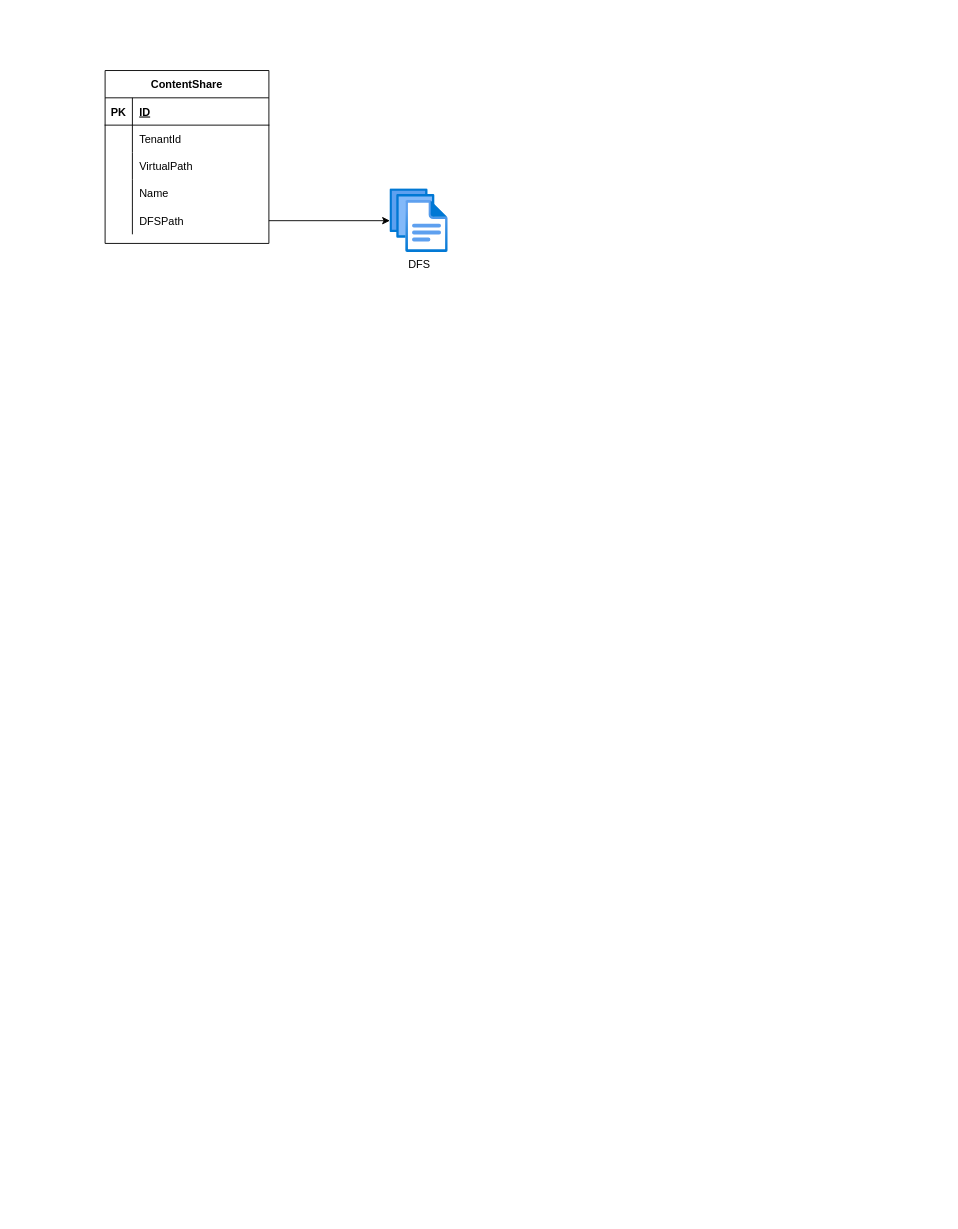
This is 微官网皮肤加载流程.drawio from Lucas20029/A-Beisen-MicroSite-Diagrams, a draw.io file, before an edit. Source tidied: cells renumbered, new cells numbered last; positions are measured from the earlier drawing's top-left corner, leaving out a move shared by most shapes. Both pictures are drawn from the tidied source at 91%, with x=0, y=0 at pixel (105, 70).
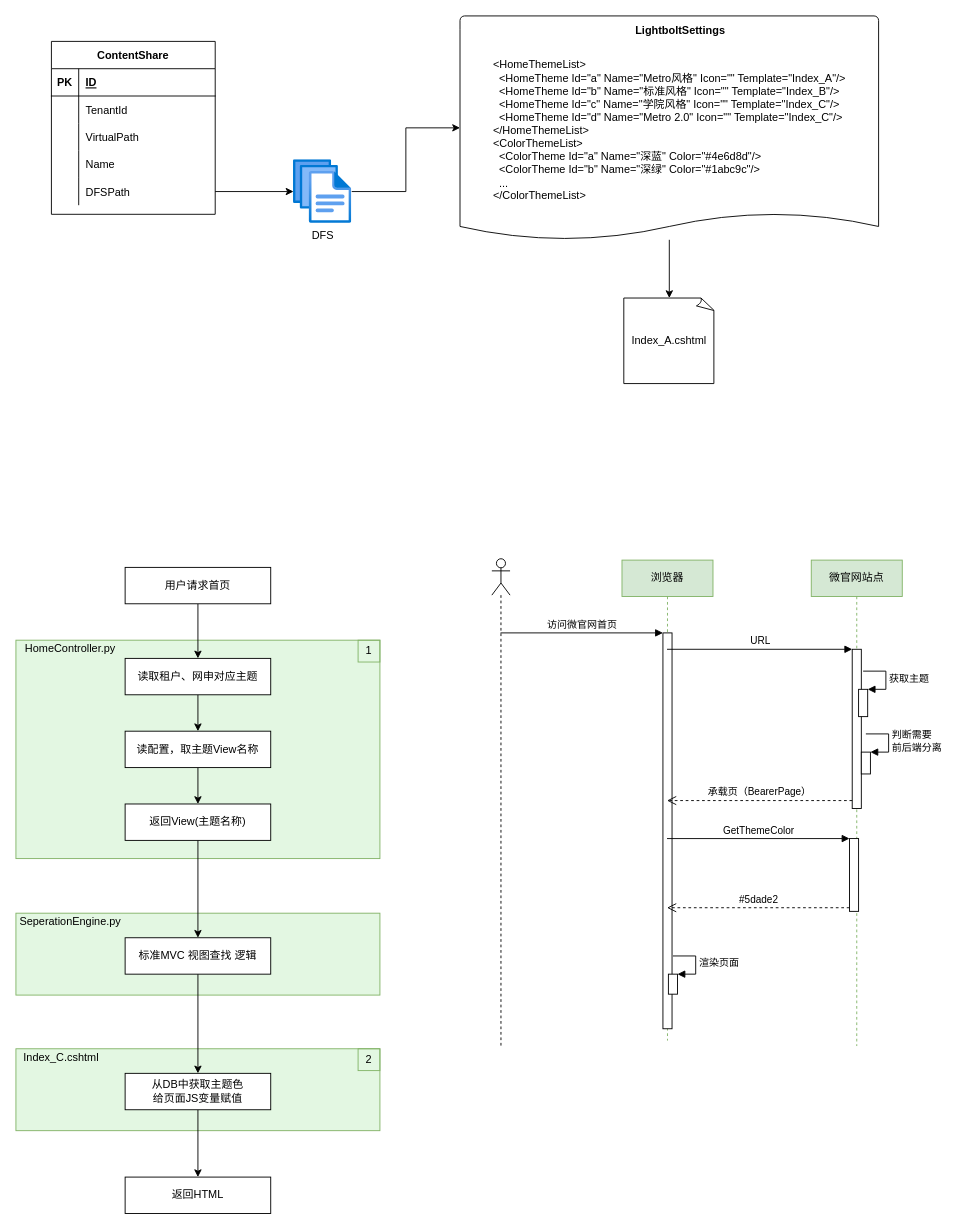
After the change.

Commit message:
Update 微官网皮肤加载流程.drawio

Change to the diagram source:
```diff
@@
+    <mxCell id="20" style="rounded=0;whiteSpace=wrap;html=1;strokeColor=#82b366;fillColor=#E3F7E2;" parent="1" vertex="1">
+      <mxGeometry x="-98" y="1075" width="400" height="90" as="geometry" />
+    </mxCell>
+    <mxCell id="21" style="edgeStyle=orthogonalEdgeStyle;rounded=0;jettySize=auto;html=1;" parent="1" edge="1" source="22" target="41">
+      <mxGeometry relative="1" as="geometry" />
+    </mxCell>
+    <mxCell id="22" style="strokeWidth=1;html=1;shape=mxgraph.flowchart.document2;whiteSpace=wrap;size=0.11904761904761904;align=left;fillColor=none;" parent="1" vertex="1">
+      <mxGeometry x="390" y="-60" width="460" height="246" as="geometry" />
+    </mxCell>
+    <mxCell id="23" style="rounded=0;whiteSpace=wrap;html=1;strokeColor=#82b366;fillColor=#E3F7E2;" parent="1" vertex="1">
+      <mxGeometry x="-98" y="926" width="400" height="90" as="geometry" />
+    </mxCell>
+    <mxCell id="24" style="rounded=0;whiteSpace=wrap;html=1;strokeColor=#82b366;fillColor=#E3F7E2;" parent="1" vertex="1">
+      <mxGeometry x="-98" y="626" width="400" height="240" as="geometry" />
+    </mxCell>
     <mxCell id="2" value="ContentShare" style="shape=table;startSize=30;childLayout=tableLayout;rowLines=0;fontStyle=1;align=center;" parent="1" vertex="1">
-      <mxGeometry width="180" height="190" as="geometry" />
+      <mxGeometry x="-59" y="-32" width="180" height="190" as="geometry" />
     </mxCell>
@@
+    <mxCell id="25" style="edgeStyle=orthogonalEdgeStyle;rounded=0;jettySize=auto;html=1;entryX=0;entryY=0.5;entryDx=0;entryDy=0;entryPerimeter=0;" parent="1" edge="1" source="18" target="22">
+      <mxGeometry relative="1" as="geometry" />
+    </mxCell>
     <mxCell id="18" value="DFS" style="html=1;points=[];align=center;image;fontSize=12;image=img/lib/azure2/general/Files.svg;" parent="1" vertex="1">
-      <mxGeometry x="313" y="130" width="64" height="70" as="geometry" />
+      <mxGeometry x="207" y="98" width="64" height="70" as="geometry" />
     </mxCell>
@@
+    <mxCell id="26" style="edgeStyle=orthogonalEdgeStyle;rounded=0;jettySize=auto;html=1;exitX=0.5;exitY=1;exitDx=0;exitDy=0;entryX=0.5;entryY=0;entryDx=0;entryDy=0;" parent="1" edge="1" source="27" target="29">
+      <mxGeometry relative="1" as="geometry" />
+    </mxCell>
+    <mxCell id="27" value="用户请求首页" style="rounded=0;whiteSpace=wrap;html=1;" parent="1" vertex="1">
+      <mxGeometry x="22" y="546" width="160" height="40" as="geometry" />
+    </mxCell>
+    <mxCell id="28" style="edgeStyle=orthogonalEdgeStyle;rounded=0;jettySize=auto;html=1;exitX=0.5;exitY=1;exitDx=0;exitDy=0;" parent="1" edge="1" source="29" target="31">
+      <mxGeometry relative="1" as="geometry" />
+    </mxCell>
+    <mxCell id="29" value="读取租户、网申对应主题" style="rounded=0;whiteSpace=wrap;html=1;" parent="1" vertex="1">
+      <mxGeometry x="22" y="646" width="160" height="40" as="geometry" />
+    </mxCell>
+    <mxCell id="30" style="edgeStyle=orthogonalEdgeStyle;rounded=0;jettySize=auto;html=1;exitX=0.5;exitY=1;exitDx=0;exitDy=0;" parent="1" edge="1" source="31" target="33">
+      <mxGeometry relative="1" as="geometry" />
+    </mxCell>
+    <mxCell id="31" value="读配置，取主题View名称" style="rounded=0;whiteSpace=wrap;html=1;" parent="1" vertex="1">
+      <mxGeometry x="22" y="726" width="160" height="40" as="geometry" />
+    </mxCell>
+    <mxCell id="32" style="edgeStyle=orthogonalEdgeStyle;rounded=0;jettySize=auto;html=1;exitX=0.5;exitY=1;exitDx=0;exitDy=0;" parent="1" edge="1" source="33" target="37">
+      <mxGeometry relative="1" as="geometry" />
+    </mxCell>
+    <mxCell id="33" value="返回View(主题名称)" style="rounded=0;whiteSpace=wrap;html=1;" parent="1" vertex="1">
+      <mxGeometry x="22" y="806" width="160" height="40" as="geometry" />
+    </mxCell>
+    <mxCell id="34" value="返回HTML" style="rounded=0;whiteSpace=wrap;html=1;" parent="1" vertex="1">
+      <mxGeometry x="22" y="1216" width="160" height="40" as="geometry" />
+    </mxCell>
+    <mxCell id="35" value="HomeController.py" style="text;html=1;strokeColor=none;fillColor=none;align=center;verticalAlign=middle;whiteSpace=wrap;rounded=0;" parent="1" vertex="1">
+      <mxGeometry x="-88" y="626" width="100" height="20" as="geometry" />
+    </mxCell>
+    <mxCell id="36" style="edgeStyle=orthogonalEdgeStyle;rounded=0;jettySize=auto;html=1;exitX=0.5;exitY=1;exitDx=0;exitDy=0;" parent="1" edge="1" source="37" target="43">
+      <mxGeometry relative="1" as="geometry" />
+    </mxCell>
+    <mxCell id="37" value="标准MVC 视图查找 逻辑" style="rounded=0;whiteSpace=wrap;html=1;" parent="1" vertex="1">
+      <mxGeometry x="22" y="953" width="160" height="40" as="geometry" />
+    </mxCell>
+    <mxCell id="38" value="SeperationEngine.py" style="text;html=1;strokeColor=none;fillColor=none;align=center;verticalAlign=middle;whiteSpace=wrap;rounded=0;" parent="1" vertex="1">
+      <mxGeometry x="-88" y="926" width="100" height="20" as="geometry" />
+    </mxCell>
+    <mxCell id="39" value="&lt;span style=&quot;color: rgb(0 , 0 , 0) ; font-family: &amp;#34;helvetica&amp;#34; ; font-size: 12px ; font-style: normal ; letter-spacing: normal ; text-align: center ; text-indent: 0px ; text-transform: none ; word-spacing: 0px ; display: inline ; float: none&quot;&gt;&lt;b&gt;LightboltSettings&lt;/b&gt;&lt;/span&gt;" style="text;whiteSpace=wrap;html=1;" parent="1" vertex="1">
+      <mxGeometry x="581" y="-58" width="106" height="28" as="geometry" />
+    </mxCell>
+    <mxCell id="40" value="&lt;div&gt;&amp;nbsp; &amp;lt;HomeThemeList&amp;gt;&lt;/div&gt;&lt;div&gt;&amp;nbsp; &amp;nbsp; &amp;lt;HomeTheme Id=&quot;a&quot; Name=&quot;Metro风格&quot; Icon=&quot;&quot; Template=&quot;Index_A&quot;/&amp;gt;&lt;/div&gt;&lt;div&gt;&amp;nbsp; &amp;nbsp; &amp;lt;HomeTheme Id=&quot;b&quot; Name=&quot;标准风格&quot; Icon=&quot;&quot; Template=&quot;Index_B&quot;/&amp;gt;&lt;/div&gt;&lt;div&gt;&amp;nbsp; &amp;nbsp; &amp;lt;HomeTheme Id=&quot;c&quot; Name=&quot;学院风格&quot; Icon=&quot;&quot; Template=&quot;Index_C&quot;/&amp;gt;&lt;/div&gt;&lt;div&gt;&amp;nbsp; &amp;nbsp; &amp;lt;HomeTheme Id=&quot;d&quot; Name=&quot;Metro 2.0&quot; Icon=&quot;&quot; Template=&quot;Index_C&quot;/&amp;gt;&lt;/div&gt;&lt;div&gt;&amp;nbsp; &amp;lt;/HomeThemeList&amp;gt;&lt;/div&gt;&lt;div&gt;&lt;div&gt;&amp;nbsp; &amp;lt;ColorThemeList&amp;gt;&lt;/div&gt;&lt;div&gt;&amp;nbsp; &amp;nbsp; &amp;lt;ColorTheme Id=&quot;a&quot; Name=&quot;深蓝&quot; Color=&quot;#4e6d8d&quot;/&amp;gt;&lt;/div&gt;&lt;div&gt;&amp;nbsp; &amp;nbsp; &amp;lt;ColorTheme Id=&quot;b&quot; Name=&quot;深绿&quot; Color=&quot;#1abc9c&quot;/&amp;gt;&lt;/div&gt;&lt;div&gt;&amp;nbsp; &amp;nbsp; ...&lt;/div&gt;&lt;div&gt;&amp;nbsp; &amp;lt;/ColorThemeList&amp;gt;&lt;/div&gt;&lt;/div&gt;" style="text;html=1;strokeColor=none;fillColor=none;align=left;verticalAlign=middle;whiteSpace=wrap;rounded=0;" parent="1" vertex="1">
+      <mxGeometry x="418" y="-16.5" width="425" height="165" as="geometry" />
+    </mxCell>
+    <mxCell id="41" value="Index_A.cshtml" style="whiteSpace=wrap;html=1;shape=mxgraph.basic.document;strokeWidth=1;fillColor=none;align=center;" parent="1" vertex="1">
+      <mxGeometry x="570" y="250" width="100" height="94" as="geometry" />
+    </mxCell>
+    <mxCell id="42" style="edgeStyle=orthogonalEdgeStyle;rounded=0;jettySize=auto;html=1;exitX=0.5;exitY=1;exitDx=0;exitDy=0;entryX=0.5;entryY=0;entryDx=0;entryDy=0;" parent="1" edge="1" source="43" target="34">
+      <mxGeometry relative="1" as="geometry" />
+    </mxCell>
+    <mxCell id="43" value="从DB中获取主题色&lt;br&gt;给页面JS变量赋值" style="rounded=0;whiteSpace=wrap;html=1;" parent="1" vertex="1">
+      <mxGeometry x="22" y="1102" width="160" height="40" as="geometry" />
+    </mxCell>
+    <mxCell id="44" value="Index_C.cshtml" style="text;html=1;strokeColor=none;fillColor=none;align=center;verticalAlign=middle;whiteSpace=wrap;rounded=0;" parent="1" vertex="1">
+      <mxGeometry x="-98" y="1075" width="100" height="20" as="geometry" />
+    </mxCell>
+    <mxCell id="45" value="&lt;font color=&quot;#000000&quot;&gt;1&lt;/font&gt;" style="whiteSpace=wrap;html=1;strokeWidth=1;fillColor=none;fontColor=#FF6421;align=center;strokeColor=#82B366;" parent="1" vertex="1">
+      <mxGeometry x="278" y="626" width="24" height="24" as="geometry" />
+    </mxCell>
+    <mxCell id="46" value="&lt;font color=&quot;#000000&quot;&gt;2&lt;/font&gt;" style="whiteSpace=wrap;html=1;strokeWidth=1;fillColor=none;fontColor=#FF6421;align=center;strokeColor=#82B366;" parent="1" vertex="1">
+      <mxGeometry x="278" y="1075" width="24" height="24" as="geometry" />
+    </mxCell>
+    <mxCell id="47" style="shape=umlLifeline;participant=umlActor;perimeter=lifelinePerimeter;whiteSpace=wrap;html=1;verticalAlign=top;spacingTop=36;outlineConnect=0;strokeWidth=1;align=center;" parent="1" vertex="1">
+      <mxGeometry x="425" y="536.5" width="20" height="537" as="geometry" />
+    </mxCell>
+    <mxCell id="48" value="微官网站点" style="shape=umlLifeline;perimeter=lifelinePerimeter;whiteSpace=wrap;html=1;rounded=0;sketch=0;fillColor=#d5e8d4;strokeColor=#82b366;" parent="1" vertex="1">
+      <mxGeometry x="776" y="538" width="100" height="534" as="geometry" />
+    </mxCell>
+    <mxCell id="49" style="html=1;points=[];perimeter=orthogonalPerimeter;rounded=0;sketch=0;" parent="48" vertex="1">
+      <mxGeometry x="45" y="98" width="10" height="175" as="geometry" />
+    </mxCell>
+    <mxCell id="50" style="html=1;points=[];perimeter=orthogonalPerimeter;rounded=0;sketch=0;" parent="48" vertex="1">
+      <mxGeometry x="42" y="306" width="10" height="80" as="geometry" />
+    </mxCell>
+    <mxCell id="51" style="html=1;points=[];perimeter=orthogonalPerimeter;rounded=0;sketch=0;" parent="48" vertex="1">
+      <mxGeometry x="52" y="142" width="10" height="30" as="geometry" />
+    </mxCell>
+    <mxCell id="52" value="获取主题" style="edgeStyle=orthogonalEdgeStyle;html=1;align=left;spacingLeft=2;endArrow=block;rounded=0;entryX=1;entryY=0;" parent="48" edge="1" target="51">
+      <mxGeometry relative="1" as="geometry">
+        <mxPoint x="57" y="122" as="sourcePoint" />
+        <Array as="points">
+          <mxPoint x="82" y="122" />
+        </Array>
+      </mxGeometry>
+    </mxCell>
+    <mxCell id="53" style="html=1;points=[];perimeter=orthogonalPerimeter;rounded=0;sketch=0;" parent="48" vertex="1">
+      <mxGeometry x="55" y="211" width="10" height="24" as="geometry" />
+    </mxCell>
+    <mxCell id="54" value="判断需要&lt;br&gt;前后端分离" style="edgeStyle=orthogonalEdgeStyle;html=1;align=left;spacingLeft=2;endArrow=block;rounded=0;entryX=1;entryY=0;" parent="48" edge="1" target="53">
+      <mxGeometry relative="1" as="geometry">
+        <mxPoint x="60" y="191" as="sourcePoint" />
+        <Array as="points">
+          <mxPoint x="85" y="191" />
+        </Array>
+      </mxGeometry>
+    </mxCell>
+    <mxCell id="55" value="浏览器" style="shape=umlLifeline;perimeter=lifelinePerimeter;whiteSpace=wrap;html=1;outlineConnect=0;rounded=0;sketch=0;fillColor=#d5e8d4;strokeColor=#82b366;" parent="1" vertex="1">
+      <mxGeometry x="568" y="538" width="100" height="528" as="geometry" />
+    </mxCell>
+    <mxCell id="56" style="html=1;points=[];perimeter=orthogonalPerimeter;rounded=0;sketch=0;" parent="55" vertex="1">
+      <mxGeometry x="45" y="80" width="10" height="435" as="geometry" />
+    </mxCell>
+    <mxCell id="57" style="html=1;points=[];perimeter=orthogonalPerimeter;rounded=0;sketch=0;" parent="55" vertex="1">
+      <mxGeometry x="51" y="455" width="10" height="22" as="geometry" />
+    </mxCell>
+    <mxCell id="58" value="渲染页面" style="edgeStyle=orthogonalEdgeStyle;html=1;align=left;spacingLeft=2;endArrow=block;rounded=0;entryX=1;entryY=0;" parent="55" edge="1" target="57">
+      <mxGeometry relative="1" as="geometry">
+        <mxPoint x="56" y="435" as="sourcePoint" />
+        <Array as="points">
+          <mxPoint x="81" y="435" />
+        </Array>
+      </mxGeometry>
+    </mxCell>
+    <mxCell id="59" value="访问微官网首页" style="html=1;verticalAlign=bottom;endArrow=block;entryX=0;entryY=0;" parent="1" edge="1" source="47" target="56">
+      <mxGeometry relative="1" as="geometry" />
+    </mxCell>
+    <mxCell id="60" value="URL" style="html=1;verticalAlign=bottom;endArrow=block;entryX=0;entryY=0;" parent="1" edge="1" source="55" target="49">
+      <mxGeometry relative="1" as="geometry" />
+    </mxCell>
+    <mxCell id="61" value="承载页（BearerPage）" style="html=1;verticalAlign=bottom;endArrow=open;dashed=1;endSize=8;exitX=0;exitY=0.95;" parent="1" edge="1" source="49" target="55">
+      <mxGeometry relative="1" as="geometry" />
+    </mxCell>
+    <mxCell id="62" value="GetThemeColor" style="html=1;verticalAlign=bottom;endArrow=block;entryX=0;entryY=0;" parent="1" edge="1" source="55" target="50">
+      <mxGeometry relative="1" as="geometry" />
+    </mxCell>
+    <mxCell id="63" value="#5dade2" style="html=1;verticalAlign=bottom;endArrow=open;dashed=1;endSize=8;exitX=0;exitY=0.95;" parent="1" edge="1" source="50" target="55">
+      <mxGeometry relative="1" as="geometry" />
+    </mxCell>
```
